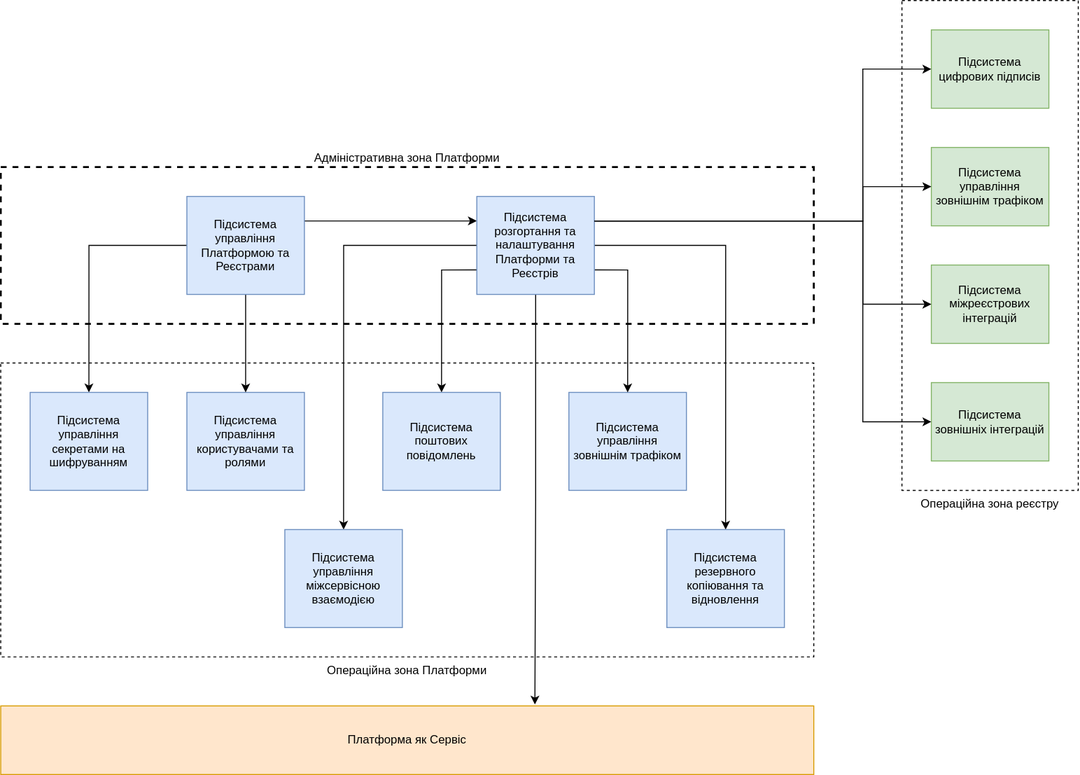
Earlier version of the draw.io export modules/arch/images/architecture/platform/administrative/administrative-zone-subsystems.svg (epam/edp-ddm-architecture). Source tidied: cells renumbered, new cells last; positions are measured from the earlier drawing's top-left corner, leaving out a move shared by most shapes.
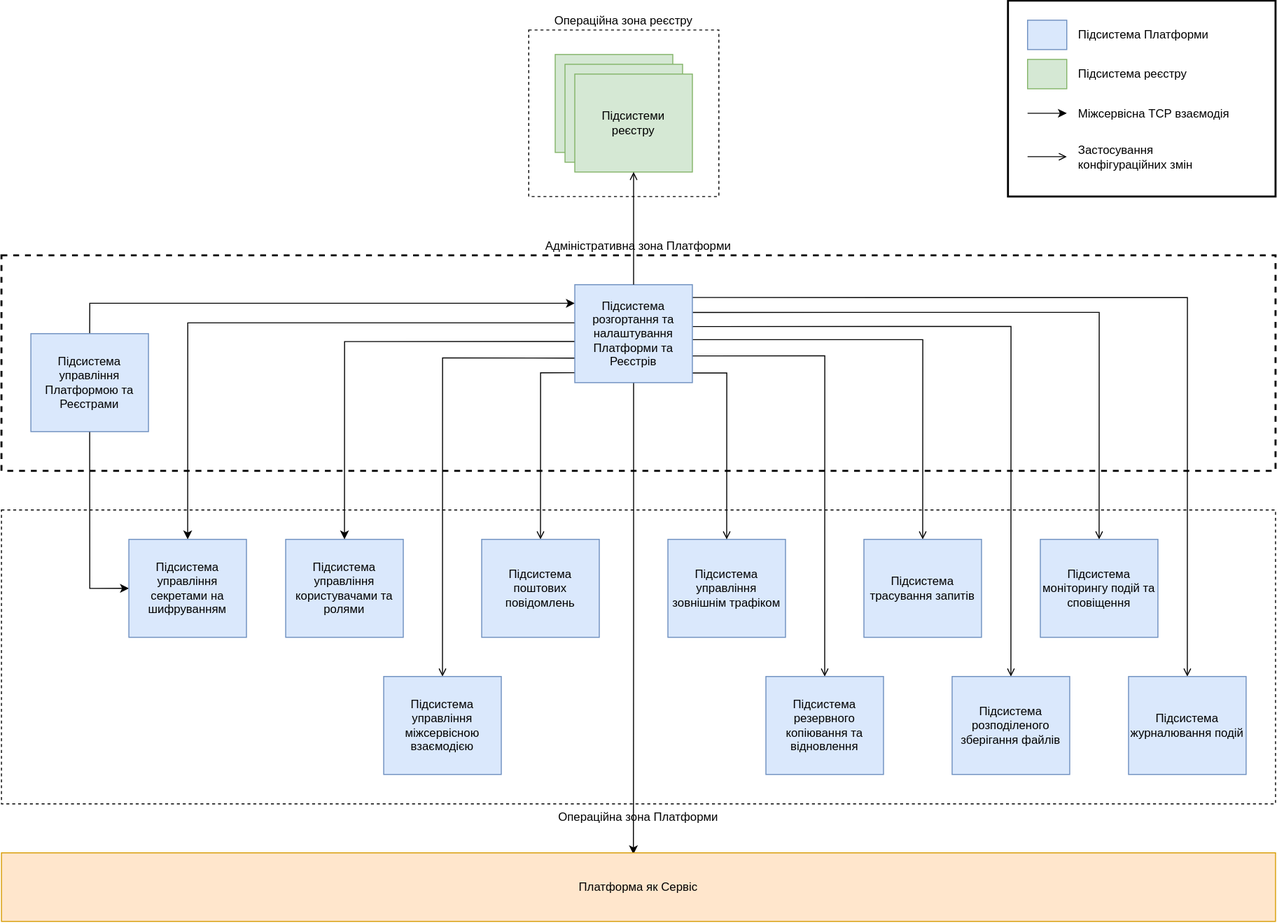
Above is the later version.

Commit message:
[EDP-DDM-24271] Draft version for platform administrative zone logical design

The edit, as a diff of the source:
```diff
@@ -3,120 +3,157 @@
     <mxCell id="0" />
     <mxCell id="1" parent="0" />
     <mxCell id="2" value="Адміністративна зона Платформи" style="rounded=0;whiteSpace=wrap;html=1;dashed=1;labelPosition=center;verticalLabelPosition=top;align=center;verticalAlign=bottom;strokeWidth=2;" parent="1" vertex="1">
-      <mxGeometry y="170" width="830" height="160" as="geometry" />
+      <mxGeometry x="-790" y="250" width="1300" height="220" as="geometry" />
     </mxCell>
     <mxCell id="3" value="Операційна зона Платформи" style="rounded=0;whiteSpace=wrap;html=1;dashed=1;labelPosition=center;verticalLabelPosition=bottom;align=center;verticalAlign=top;" parent="1" vertex="1">
-      <mxGeometry y="370" width="830" height="300" as="geometry" />
+      <mxGeometry x="-790" y="510" width="1300" height="300" as="geometry" />
     </mxCell>
     <mxCell id="4" value="Підсистема управління зовнішнім трафіком" style="rounded=0;whiteSpace=wrap;html=1;fillColor=#dae8fc;strokeColor=#6c8ebf;" parent="1" vertex="1">
-      <mxGeometry x="580" y="400" width="120" height="100" as="geometry" />
+      <mxGeometry x="-110" y="540" width="120" height="100" as="geometry" />
     </mxCell>
     <mxCell id="5" value="Підсистема управління користувачами та ролями" style="rounded=0;whiteSpace=wrap;html=1;fillColor=#dae8fc;strokeColor=#6c8ebf;" parent="1" vertex="1">
-      <mxGeometry x="190" y="400" width="120" height="100" as="geometry" />
+      <mxGeometry x="-500" y="540" width="120" height="100" as="geometry" />
     </mxCell>
-    <mxCell id="6" style="edgeStyle=orthogonalEdgeStyle;rounded=0;jettySize=auto;html=1;entryX=0;entryY=0.25;entryDx=0;entryDy=0;exitX=1;exitY=0.25;exitDx=0;exitDy=0;" parent="1" edge="1" source="9" target="15">
+    <mxCell id="6" style="edgeStyle=orthogonalEdgeStyle;rounded=0;jettySize=auto;html=1;entryX=0;entryY=0.19;entryDx=0;entryDy=0;exitX=0.5;exitY=0;exitDx=0;exitDy=0;entryPerimeter=0;" parent="1" edge="1" source="9" target="15">
       <mxGeometry relative="1" as="geometry" />
     </mxCell>
-    <mxCell id="7" style="edgeStyle=orthogonalEdgeStyle;rounded=0;jettySize=auto;html=1;entryX=0.5;entryY=0;entryDx=0;entryDy=0;exitX=0.5;exitY=1;exitDx=0;exitDy=0;" parent="1" edge="1" source="9" target="5">
-      <mxGeometry relative="1" as="geometry" />
-    </mxCell>
-    <mxCell id="8" style="edgeStyle=orthogonalEdgeStyle;rounded=0;jettySize=auto;html=1;entryX=0.5;entryY=0;entryDx=0;entryDy=0;exitX=0;exitY=0.5;exitDx=0;exitDy=0;" parent="1" edge="1" source="9" target="16">
+    <mxCell id="8" style="edgeStyle=orthogonalEdgeStyle;rounded=0;jettySize=auto;html=1;entryX=0;entryY=0.5;entryDx=0;entryDy=0;exitX=0.5;exitY=1;exitDx=0;exitDy=0;" parent="1" edge="1" source="9" target="16">
       <mxGeometry relative="1" as="geometry" />
     </mxCell>
     <mxCell id="9" value="Підсистема управління Платформою та Реєстрами" style="rounded=0;whiteSpace=wrap;html=1;fillColor=#dae8fc;strokeColor=#6c8ebf;" parent="1" vertex="1">
-      <mxGeometry x="190" y="200" width="120" height="100" as="geometry" />
+      <mxGeometry x="-760" y="330" width="120" height="100" as="geometry" />
     </mxCell>
-    <mxCell id="10" style="edgeStyle=orthogonalEdgeStyle;rounded=0;jettySize=auto;html=1;entryX=0.5;entryY=0;entryDx=0;entryDy=0;exitX=1;exitY=0.5;exitDx=0;exitDy=0;" parent="1" edge="1" source="15" target="20">
+    <mxCell id="10" style="edgeStyle=orthogonalEdgeStyle;rounded=0;jettySize=auto;html=1;entryX=0.5;entryY=0;entryDx=0;entryDy=0;exitX=0.999;exitY=0.727;exitDx=0;exitDy=0;endArrow=open;endFill=0;exitPerimeter=0;" parent="1" edge="1" source="15" target="20">
       <mxGeometry relative="1" as="geometry" />
     </mxCell>
-    <mxCell id="11" style="edgeStyle=orthogonalEdgeStyle;rounded=0;jettySize=auto;html=1;entryX=0.5;entryY=0;entryDx=0;entryDy=0;exitX=1;exitY=0.75;exitDx=0;exitDy=0;" parent="1" edge="1" source="15" target="4">
+    <mxCell id="11" style="edgeStyle=orthogonalEdgeStyle;rounded=0;jettySize=auto;html=1;entryX=0.5;entryY=0;entryDx=0;entryDy=0;exitX=0.998;exitY=0.901;exitDx=0;exitDy=0;endArrow=open;endFill=0;exitPerimeter=0;" parent="1" edge="1" source="15" target="4">
       <mxGeometry relative="1" as="geometry">
         <Array as="points">
-          <mxPoint x="640" y="275" />
+          <mxPoint x="-50" y="370" />
         </Array>
       </mxGeometry>
     </mxCell>
-    <mxCell id="12" style="edgeStyle=orthogonalEdgeStyle;rounded=0;jettySize=auto;html=1;entryX=0.657;entryY=-0.02;entryDx=0;entryDy=0;entryPerimeter=0;" parent="1" edge="1" source="15" target="19">
+    <mxCell id="12" style="edgeStyle=orthogonalEdgeStyle;rounded=0;jettySize=auto;html=1;entryX=0.496;entryY=0.02;entryDx=0;entryDy=0;entryPerimeter=0;" parent="1" edge="1" source="15" target="19">
       <mxGeometry relative="1" as="geometry" />
     </mxCell>
-    <mxCell id="13" style="edgeStyle=orthogonalEdgeStyle;rounded=0;jettySize=auto;html=1;entryX=0.5;entryY=0;entryDx=0;entryDy=0;exitX=0;exitY=0.75;exitDx=0;exitDy=0;" parent="1" edge="1" source="15" target="17">
+    <mxCell id="13" style="edgeStyle=orthogonalEdgeStyle;rounded=0;jettySize=auto;html=1;entryX=0.5;entryY=0;entryDx=0;entryDy=0;exitX=0;exitY=0.899;exitDx=0;exitDy=0;endArrow=open;endFill=0;exitPerimeter=0;" parent="1" edge="1" source="15" target="17">
       <mxGeometry relative="1" as="geometry">
         <Array as="points">
-          <mxPoint x="450" y="275" />
+          <mxPoint x="-240" y="370" />
         </Array>
       </mxGeometry>
     </mxCell>
-    <mxCell id="14" style="edgeStyle=orthogonalEdgeStyle;rounded=0;jettySize=auto;html=1;entryX=0.5;entryY=0;entryDx=0;entryDy=0;exitX=0;exitY=0.5;exitDx=0;exitDy=0;" parent="1" edge="1" source="15" target="18">
+    <mxCell id="14" style="edgeStyle=orthogonalEdgeStyle;rounded=0;jettySize=auto;html=1;entryX=0.5;entryY=0;entryDx=0;entryDy=0;exitX=0.001;exitY=0.749;exitDx=0;exitDy=0;endArrow=open;endFill=0;exitPerimeter=0;" parent="1" edge="1" source="15" target="18">
       <mxGeometry relative="1" as="geometry">
         <Array as="points">
-          <mxPoint x="350" y="250" />
+          <mxPoint x="-340" y="355" />
         </Array>
       </mxGeometry>
     </mxCell>
+    <mxCell id="30" style="edgeStyle=orthogonalEdgeStyle;rounded=0;jettySize=auto;html=1;entryX=0.5;entryY=0;entryDx=0;entryDy=0;exitX=0;exitY=0.39;exitDx=0;exitDy=0;exitPerimeter=0;" parent="1" edge="1" source="15" target="16">
+      <mxGeometry relative="1" as="geometry" />
+    </mxCell>
+    <mxCell id="31" style="edgeStyle=orthogonalEdgeStyle;rounded=0;jettySize=auto;html=1;entryX=0.5;entryY=0;entryDx=0;entryDy=0;exitX=0;exitY=0.58;exitDx=0;exitDy=0;exitPerimeter=0;" parent="1" edge="1" source="15" target="5">
+      <mxGeometry relative="1" as="geometry" />
+    </mxCell>
+    <mxCell id="32" style="edgeStyle=orthogonalEdgeStyle;rounded=0;jettySize=auto;html=1;entryX=0.5;entryY=0;entryDx=0;entryDy=0;endArrow=open;endFill=0;exitX=1.002;exitY=0.427;exitDx=0;exitDy=0;exitPerimeter=0;" parent="1" edge="1" source="15" target="43">
+      <mxGeometry relative="1" as="geometry" />
+    </mxCell>
+    <mxCell id="33" style="edgeStyle=orthogonalEdgeStyle;rounded=0;jettySize=auto;html=1;entryX=0.5;entryY=0;entryDx=0;entryDy=0;endArrow=open;endFill=0;exitX=1.002;exitY=0.283;exitDx=0;exitDy=0;exitPerimeter=0;" parent="1" edge="1" source="15" target="41">
+      <mxGeometry relative="1" as="geometry" />
+    </mxCell>
+    <mxCell id="34" style="edgeStyle=orthogonalEdgeStyle;rounded=0;jettySize=auto;html=1;entryX=0.5;entryY=0;entryDx=0;entryDy=0;endArrow=open;endFill=0;exitX=0.999;exitY=0.131;exitDx=0;exitDy=0;exitPerimeter=0;" parent="1" edge="1" source="15" target="40">
+      <mxGeometry relative="1" as="geometry" />
+    </mxCell>
+    <mxCell id="35" style="edgeStyle=orthogonalEdgeStyle;rounded=0;jettySize=auto;html=1;entryX=0.5;entryY=0;entryDx=0;entryDy=0;endArrow=open;endFill=0;exitX=1.002;exitY=0.561;exitDx=0;exitDy=0;exitPerimeter=0;" parent="1" edge="1" source="15" target="42">
+      <mxGeometry relative="1" as="geometry" />
+    </mxCell>
-    <mxCell id="15" value="Підсистема розгортання та налаштування Платформи та Реєстрів" style="rounded=0;whiteSpace=wrap;html=1;fillColor=#dae8fc;strokeColor=#6c8ebf;" parent="1" vertex="1">
-      <mxGeometry x="486" y="200" width="120" height="100" as="geometry" />
+    <mxCell id="15" value="Підсистема розгортання та налаштування Платформи та Реєстрів" style="rounded=0;whiteSpace=wrap;html=1;fillColor=#dae8fc;strokeColor=#6c8ebf;points=[[0,0,0,0,0],[0,0.19,0,0,0],[0,0.39,0,0,0],[0,0.58,0,0,0],[0,0.79,0,0,0],[0,1,0,0,0],[0.25,0,0,0,0],[0.25,1,0,0,0],[0.5,0,0,0,0],[0.5,1,0,0,0],[0.75,0,0,0,0],[0.75,1,0,0,0],[1,0,0,0,0],[1,0.17,0,0,0],[1,0.33,0,0,0],[1,0.5,0,0,0],[1,0.66,0,0,0],[1,0.82,0,0,0],[1,1,0,0,0]];" parent="1" vertex="1">
+      <mxGeometry x="-205" y="280" width="120" height="100" as="geometry" />
     </mxCell>
     <mxCell id="16" value="Підсистема управління секретами на шифруванням" style="rounded=0;whiteSpace=wrap;html=1;fillColor=#dae8fc;strokeColor=#6c8ebf;" parent="1" vertex="1">
-      <mxGeometry x="30" y="400" width="120" height="100" as="geometry" />
+      <mxGeometry x="-660" y="540" width="120" height="100" as="geometry" />
     </mxCell>
     <mxCell id="17" value="Підсистема поштових повідомлень" style="rounded=0;whiteSpace=wrap;html=1;fillColor=#dae8fc;strokeColor=#6c8ebf;" parent="1" vertex="1">
-      <mxGeometry x="390" y="400" width="120" height="100" as="geometry" />
+      <mxGeometry x="-300" y="540" width="120" height="100" as="geometry" />
     </mxCell>
     <mxCell id="18" value="Підсистема управління міжсервісною взаємодією" style="rounded=0;whiteSpace=wrap;html=1;fillColor=#dae8fc;strokeColor=#6c8ebf;" parent="1" vertex="1">
-      <mxGeometry x="290" y="540" width="120" height="100" as="geometry" />
+      <mxGeometry x="-400" y="680" width="120" height="100" as="geometry" />
     </mxCell>
     <mxCell id="19" value="Платформа як Сервіс" style="rounded=0;whiteSpace=wrap;html=1;fillColor=#ffe6cc;strokeColor=#d79b00;" parent="1" vertex="1">
-      <mxGeometry y="720" width="830" height="70" as="geometry" />
+      <mxGeometry x="-790" y="860" width="1300" height="70" as="geometry" />
     </mxCell>
     <mxCell id="20" value="Підсистема резервного копіювання та відновлення" style="rounded=0;whiteSpace=wrap;html=1;fillColor=#dae8fc;strokeColor=#6c8ebf;" parent="1" vertex="1">
-      <mxGeometry x="680" y="540" width="120" height="100" as="geometry" />
+      <mxGeometry x="-10" y="680" width="120" height="100" as="geometry" />
     </mxCell>
-    <mxCell id="21" value="Операційна зона реєстру" style="rounded=0;whiteSpace=wrap;html=1;dashed=1;labelPosition=center;verticalLabelPosition=bottom;align=center;verticalAlign=top;" parent="1" vertex="1">
-      <mxGeometry x="920" width="180" height="500" as="geometry" />
+    <mxCell id="21" value="Операційна зона реєстру" style="rounded=0;whiteSpace=wrap;html=1;dashed=1;labelPosition=center;verticalLabelPosition=top;align=center;verticalAlign=bottom;" parent="1" vertex="1">
+      <mxGeometry x="-252" y="20" width="194" height="170" as="geometry" />
     </mxCell>
-    <mxCell id="22" value="Підсистема цифрових підписів" style="rounded=0;whiteSpace=wrap;html=1;fillColor=#d5e8d4;strokeColor=#82b366;points=[[0,0,0,0,0],[0,0.25,0,0,0],[0,0.5,0,0,0],[0,0.75,0,0,0],[0,1,0,0,0],[0.2,0,0,0,0],[0.25,1,0,0,0],[0.4,0,0,0,0],[0.5,1,0,0,0],[0.59,0,0,0,0],[0.75,1,0,0,0],[0.8,0,0,0,0],[1,0,0,0,0],[1,0.25,0,0,0],[1,0.5,0,0,0],[1,0.75,0,0,0],[1,1,0,0,0]];" parent="1" vertex="1">
-      <mxGeometry x="950" y="30" width="120" height="80" as="geometry" />
-    </mxCell>
-    <mxCell id="23" value="Підсистема управління зовнішнім трафіком" style="rounded=0;whiteSpace=wrap;html=1;fillColor=#d5e8d4;strokeColor=#82b366;points=[[0,0,0,0,0],[0,0.25,0,0,0],[0,0.5,0,0,0],[0,0.75,0,0,0],[0,1,0,0,0],[0.2,0,0,0,0],[0.25,1,0,0,0],[0.4,0,0,0,0],[0.5,1,0,0,0],[0.59,0,0,0,0],[0.75,1,0,0,0],[0.8,0,0,0,0],[1,0,0,0,0],[1,0.25,0,0,0],[1,0.5,0,0,0],[1,0.75,0,0,0],[1,1,0,0,0]];" parent="1" vertex="1">
-      <mxGeometry x="950" y="150" width="120" height="80" as="geometry" />
-    </mxCell>
-    <mxCell id="24" value="Підсистема міжреєстрових інтеграцій" style="rounded=0;whiteSpace=wrap;html=1;fillColor=#d5e8d4;strokeColor=#82b366;points=[[0,0,0,0,0],[0,0.25,0,0,0],[0,0.5,0,0,0],[0,0.75,0,0,0],[0,1,0,0,0],[0.2,0,0,0,0],[0.25,1,0,0,0],[0.4,0,0,0,0],[0.5,1,0,0,0],[0.59,0,0,0,0],[0.75,1,0,0,0],[0.8,0,0,0,0],[1,0,0,0,0],[1,0.25,0,0,0],[1,0.5,0,0,0],[1,0.75,0,0,0],[1,1,0,0,0]];" parent="1" vertex="1">
-      <mxGeometry x="950" y="270" width="120" height="80" as="geometry" />
-    </mxCell>
-    <mxCell id="25" value="Підсистема зовнішніх інтеграцій" style="rounded=0;whiteSpace=wrap;html=1;fillColor=#d5e8d4;strokeColor=#82b366;points=[[0,0,0,0,0],[0,0.25,0,0,0],[0,0.5,0,0,0],[0,0.75,0,0,0],[0,1,0,0,0],[0.2,0,0,0,0],[0.25,1,0,0,0],[0.4,0,0,0,0],[0.5,1,0,0,0],[0.59,0,0,0,0],[0.75,1,0,0,0],[0.8,0,0,0,0],[1,0,0,0,0],[1,0.25,0,0,0],[1,0.5,0,0,0],[1,0.75,0,0,0],[1,1,0,0,0]];" parent="1" vertex="1">
-      <mxGeometry x="950" y="390" width="120" height="80" as="geometry" />
-    </mxCell>
-    <mxCell id="26" style="edgeStyle=orthogonalEdgeStyle;rounded=0;jettySize=auto;html=1;entryX=0;entryY=0.5;entryDx=0;entryDy=0;entryPerimeter=0;exitX=1;exitY=0.25;exitDx=0;exitDy=0;" parent="1" edge="1" source="15" target="22">
-      <mxGeometry relative="1" as="geometry">
-        <Array as="points">
-          <mxPoint x="880" y="225" />
-          <mxPoint x="880" y="70" />
-        </Array>
-      </mxGeometry>
-    </mxCell>
-    <mxCell id="27" style="edgeStyle=orthogonalEdgeStyle;rounded=0;jettySize=auto;html=1;entryX=0;entryY=0.5;entryDx=0;entryDy=0;entryPerimeter=0;exitX=1;exitY=0.25;exitDx=0;exitDy=0;" parent="1" edge="1" source="15" target="23">
-      <mxGeometry relative="1" as="geometry">
-        <Array as="points">
-          <mxPoint x="880" y="225" />
-          <mxPoint x="880" y="190" />
-        </Array>
-      </mxGeometry>
-    </mxCell>
-    <mxCell id="28" style="edgeStyle=orthogonalEdgeStyle;rounded=0;jettySize=auto;html=1;entryX=0;entryY=0.5;entryDx=0;entryDy=0;entryPerimeter=0;exitX=1;exitY=0.25;exitDx=0;exitDy=0;" parent="1" edge="1" source="15" target="24">
-      <mxGeometry relative="1" as="geometry">
-        <Array as="points">
-          <mxPoint x="880" y="225" />
-          <mxPoint x="880" y="310" />
-        </Array>
-      </mxGeometry>
-    </mxCell>
-    <mxCell id="29" style="edgeStyle=orthogonalEdgeStyle;rounded=0;jettySize=auto;html=1;entryX=0;entryY=0.5;entryDx=0;entryDy=0;entryPerimeter=0;exitX=1;exitY=0.25;exitDx=0;exitDy=0;" parent="1" edge="1" source="15" target="25">
-      <mxGeometry relative="1" as="geometry">
-        <Array as="points">
-          <mxPoint x="880" y="225" />
-          <mxPoint x="880" y="430" />
-        </Array>
-      </mxGeometry>
-    </mxCell>
+    <mxCell id="36" style="group;" parent="1" vertex="1">
+      <mxGeometry x="-225" y="45" width="140" height="120" as="geometry" />
+    </mxCell>
+    <mxCell id="37" style="rounded=0;whiteSpace=wrap;html=1;fillColor=#d5e8d4;strokeColor=#82b366;" parent="36" vertex="1">
+      <mxGeometry width="120" height="100" as="geometry" />
+    </mxCell>
+    <mxCell id="38" style="rounded=0;whiteSpace=wrap;html=1;fillColor=#d5e8d4;strokeColor=#82b366;" parent="36" vertex="1">
+      <mxGeometry x="10" y="10" width="120" height="100" as="geometry" />
+    </mxCell>
+    <mxCell id="39" value="Підсистеми &lt;br&gt;реєстру" style="rounded=0;whiteSpace=wrap;html=1;fillColor=#d5e8d4;strokeColor=#82b366;" parent="36" vertex="1">
+      <mxGeometry x="20" y="20" width="120" height="100" as="geometry" />
+    </mxCell>
+    <mxCell id="40" value="Підсистема журналювання подій" style="rounded=0;whiteSpace=wrap;html=1;fillColor=#dae8fc;strokeColor=#6c8ebf;" parent="1" vertex="1">
+      <mxGeometry x="360" y="680" width="120" height="100" as="geometry" />
+    </mxCell>
+    <mxCell id="41" value="Підсистема моніторингу подій та сповіщення" style="rounded=0;whiteSpace=wrap;html=1;fillColor=#dae8fc;strokeColor=#6c8ebf;" parent="1" vertex="1">
+      <mxGeometry x="270" y="540" width="120" height="100" as="geometry" />
+    </mxCell>
+    <mxCell id="42" value="Підсистема трасування запитів" style="rounded=0;whiteSpace=wrap;html=1;fillColor=#dae8fc;strokeColor=#6c8ebf;" parent="1" vertex="1">
+      <mxGeometry x="90" y="540" width="120" height="100" as="geometry" />
+    </mxCell>
+    <mxCell id="43" value="Підсистема розподіленого зберігання файлів" style="rounded=0;whiteSpace=wrap;html=1;fillColor=#dae8fc;strokeColor=#6c8ebf;" parent="1" vertex="1">
+      <mxGeometry x="180" y="680" width="120" height="100" as="geometry" />
+    </mxCell>
+    <mxCell id="44" style="edgeStyle=orthogonalEdgeStyle;rounded=0;jettySize=auto;html=1;entryX=0.5;entryY=1;entryDx=0;entryDy=0;endArrow=open;endFill=0;" parent="1" edge="1" source="15" target="39">
+      <mxGeometry relative="1" as="geometry" />
+    </mxCell>
+    <mxCell id="45" style="rounded=0;whiteSpace=wrap;html=1;strokeColor=#000000;strokeWidth=2;fillColor=none;" parent="1" vertex="1">
+      <mxGeometry x="237" y="-10" width="273" height="200" as="geometry" />
+    </mxCell>
+    <mxCell id="46" style="edgeStyle=orthogonalEdgeStyle;rounded=0;orthogonalLoop=1;jettySize=auto;html=1;endArrow=open;endFill=0;" parent="1" edge="1">
+      <mxGeometry relative="1" as="geometry">
+        <mxPoint x="257" y="149.3" as="sourcePoint" />
+        <mxPoint x="297" y="149.3" as="targetPoint" />
+        <Array as="points">
+          <mxPoint x="257" y="149.3" />
+        </Array>
+      </mxGeometry>
+    </mxCell>
+    <mxCell id="47" value="Міжсервісна TCP взаємодія" style="text;html=1;strokeColor=none;fillColor=none;align=left;verticalAlign=middle;whiteSpace=wrap;rounded=0;" parent="1" vertex="1">
+      <mxGeometry x="307" y="90.5" width="198" height="30" as="geometry" />
+    </mxCell>
+    <mxCell id="48" style="rounded=0;whiteSpace=wrap;html=1;strokeWidth=1;labelPosition=center;verticalLabelPosition=top;align=center;verticalAlign=bottom;strokeColor=#6c8ebf;fillColor=#dae8fc;" parent="1" vertex="1">
+      <mxGeometry x="257" y="10" width="40" height="30" as="geometry" />
+    </mxCell>
+    <mxCell id="49" value="Підсистема Платформи" style="text;html=1;strokeColor=none;fillColor=none;align=left;verticalAlign=middle;whiteSpace=wrap;rounded=0;" parent="1" vertex="1">
+      <mxGeometry x="307" y="10" width="183" height="30" as="geometry" />
+    </mxCell>
+    <mxCell id="50" value="Застосування &lt;br&gt;конфігураційних змін" style="text;html=1;strokeColor=none;fillColor=none;align=left;verticalAlign=middle;whiteSpace=wrap;rounded=0;" parent="1" vertex="1">
+      <mxGeometry x="307" y="135" width="198" height="30" as="geometry" />
+    </mxCell>
+    <mxCell id="51" style="edgeStyle=orthogonalEdgeStyle;rounded=0;orthogonalLoop=1;jettySize=auto;html=1;endArrow=classic;endFill=1;" parent="1" edge="1">
+      <mxGeometry relative="1" as="geometry">
+        <mxPoint x="257" y="105" as="sourcePoint" />
+        <mxPoint x="297" y="105" as="targetPoint" />
+        <Array as="points">
+          <mxPoint x="257" y="105" />
+        </Array>
+      </mxGeometry>
+    </mxCell>
+    <mxCell id="52" style="rounded=0;whiteSpace=wrap;html=1;strokeWidth=1;labelPosition=center;verticalLabelPosition=top;align=center;verticalAlign=bottom;strokeColor=#82b366;fillColor=#d5e8d4;" parent="1" vertex="1">
+      <mxGeometry x="257" y="50" width="40" height="30" as="geometry" />
+    </mxCell>
+    <mxCell id="53" value="Підсистема реєстру" style="text;html=1;strokeColor=none;fillColor=none;align=left;verticalAlign=middle;whiteSpace=wrap;rounded=0;" parent="1" vertex="1">
+      <mxGeometry x="307" y="50" width="183" height="30" as="geometry" />
+    </mxCell>
   </root>
 </mxGraphModel>
```
